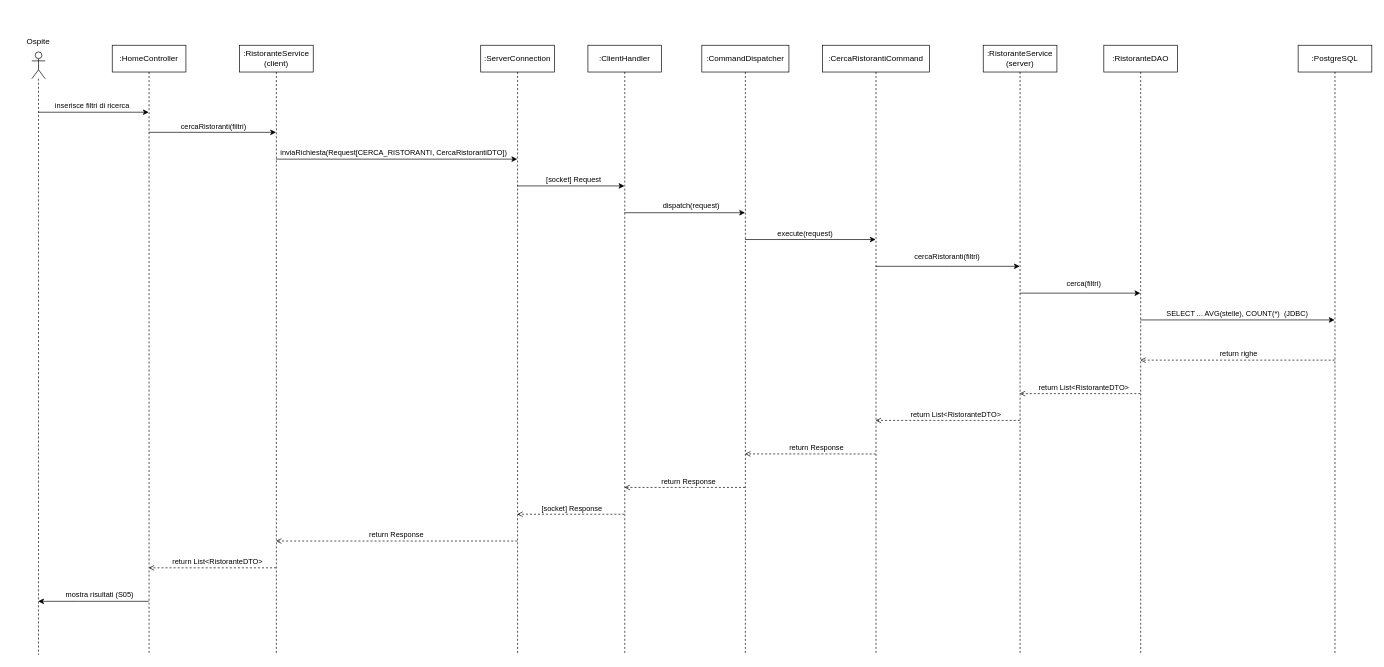
Earlier version of the draw.io diagram page "Ricerca Ristoranti" (3 of 10) of Progettazione/1_Doc. Conclusi/Diagrammi/SequenceDiagram.drawio (FloshDev/TheKnife-B). Source tidied: cells renumbered, new cells numbered last; positions are measured from the earlier drawing's top-left corner, leaving out a move shared by most shapes. Both pictures are drawn from the tidied source at 67%, with x=0, y=0 at pixel (18, 31).
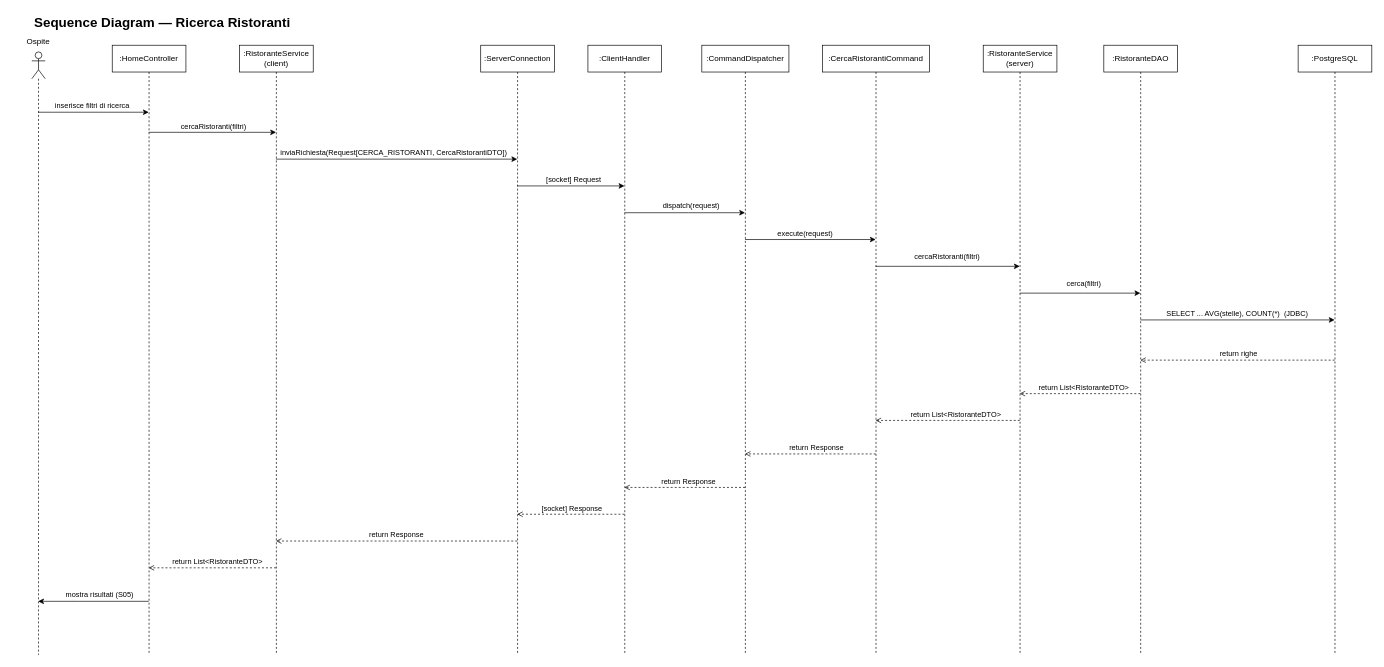
The same page after the edit.

Change to the diagram source:
```diff
@@
+    <mxCell id="46" value="&lt;font style=&quot;font-size: 20px;&quot;&gt;&lt;b style=&quot;&quot;&gt;Sequence Diagram — Ricerca Ristoranti&lt;/b&gt;&lt;/font&gt;" style="text;html=1;whiteSpace=wrap;strokeColor=none;fillColor=none;align=center;verticalAlign=middle;rounded=0;" parent="1" vertex="1">
+      <mxGeometry x="-10" y="-30" width="450" height="30" as="geometry" />
+    </mxCell>
```
